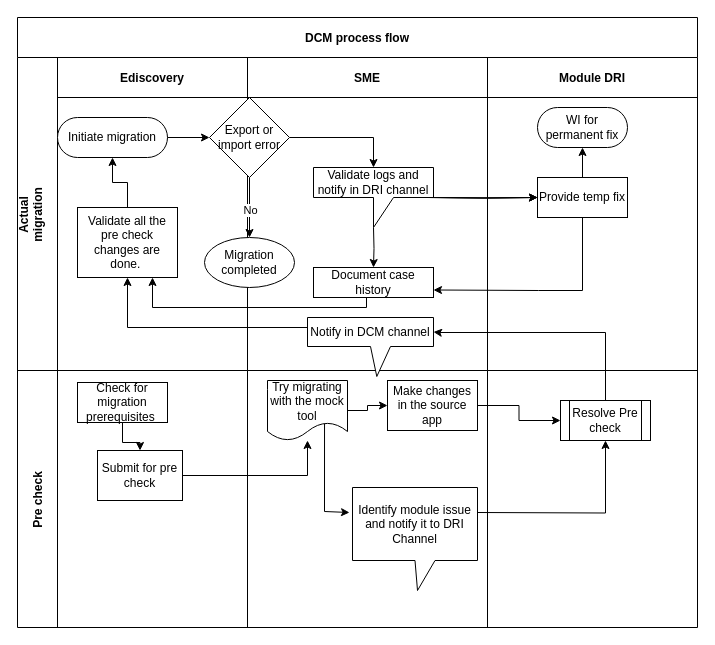
vincha90/vincha90 keeps this draw.io diagram as DCM flow notification.drawio. Above is the earlier version. Source tidied: cells renumbered, new cells numbered last; positions are measured from the earlier drawing's top-left corner, leaving out a move shared by most shapes. Both pictures are drawn from the tidied source at 100%, with x=0, y=0 at pixel (17, 17).
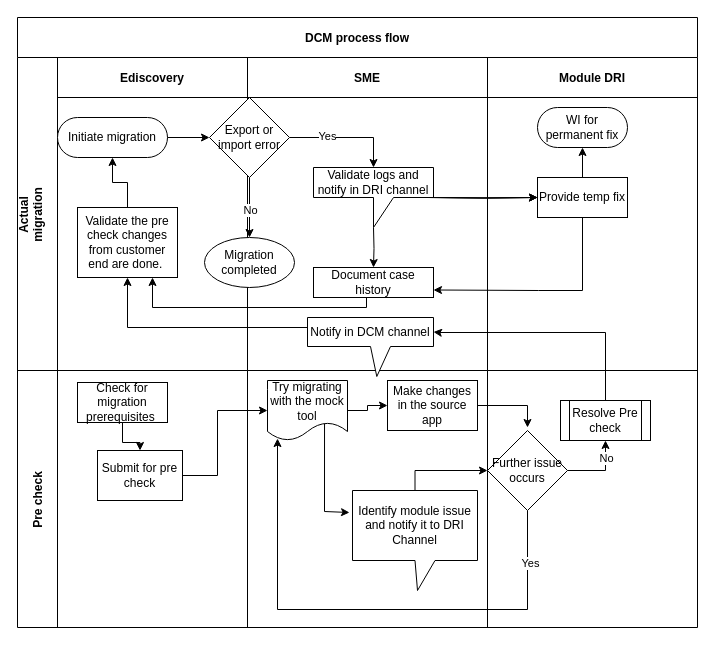
The same page after the edit.

The change refers to these unchanged cells:
```xml
<mxCell id="4" value="Ediscovery" style="swimlane;swimlaneHead=0;swimlaneBody=0;fillColor=none;startSize=40;fontStyle=1;" parent="3" vertex="1">
  <mxGeometry x="40" width="190" height="313" as="geometry" />
</mxCell>
<mxCell id="15" style="edgeStyle=orthogonalEdgeStyle;rounded=0;jettySize=auto;html=1;exitX=1;exitY=0.5;exitDx=0;exitDy=0;entryX=0.5;entryY=0;entryDx=0;entryDy=0;entryPerimeter=0;" parent="9" edge="1" source="16" target="18">
  <mxGeometry relative="1" as="geometry" />
</mxCell>
<mxCell id="29" value="Pre check" style="shape=tableRow;horizontal=0;swimlaneHead=0;swimlaneBody=0;top=0;left=0;bottom=0;right=0;fillColor=none;startSize=40;fontStyle=1;" parent="2" vertex="1">
  <mxGeometry y="353" width="680" height="257" as="geometry" />
</mxCell>
<mxCell id="33" value="Submit for pre check" style="whiteSpace=wrap;html=1;rounded=0;" parent="30" vertex="1">
  <mxGeometry x="40" y="80" width="85" height="50" as="geometry" />
</mxCell>
<mxCell id="34" style="swimlane;swimlaneHead=0;swimlaneBody=0;fillColor=none;startSize=0;fontStyle=1;" parent="29" vertex="1">
  <mxGeometry x="230" width="240" height="257" as="geometry" />
</mxCell>
<mxCell id="36" value="Make changes in the source app" style="rounded=0;whiteSpace=wrap;html=1;" parent="34" vertex="1">
  <mxGeometry x="140" y="10" width="90" height="50" as="geometry" />
</mxCell>
<mxCell id="39" value="Try migrating with the mock tool" style="shape=document;whiteSpace=wrap;html=1;boundedLbl=1;" parent="34" vertex="1">
  <mxGeometry x="20" y="10" width="80" height="60" as="geometry" />
</mxCell>
<mxCell id="40" value="Resolve Pre check" style="shape=process;whiteSpace=wrap;html=1;backgroundOutline=1;" parent="34" vertex="1">
  <mxGeometry x="313" y="30" width="90" height="40" as="geometry" />
</mxCell>
<mxCell id="43" style="swimlane;swimlaneHead=0;swimlaneBody=0;fillColor=none;startSize=0;fontStyle=1;" parent="29" vertex="1">
  <mxGeometry x="470" width="210" height="257" as="geometry" />
</mxCell>
```

Diff of the diagram source:
```diff
@@
-    <mxCell id="7" value="Validate all the pre check changes are done.&amp;nbsp;" style="rounded=0;whiteSpace=wrap;html=1;" parent="4" vertex="1">
+    <mxCell id="7" value="Validate the pre check changes from customer end are done.&amp;nbsp;" style="rounded=0;whiteSpace=wrap;html=1;" parent="4" vertex="1">
       <mxGeometry x="20" y="150" width="100" height="70" as="geometry" />
     </mxCell>
@@
+    <mxCell id="46" value="Yes" style="edgeLabel;html=1;align=center;verticalAlign=middle;" parent="15" vertex="1">
+      <mxGeometry x="-0.35" y="2" relative="1" as="geometry" />
+    </mxCell>
@@
-    <mxCell id="35" style="edgeStyle=orthogonalEdgeStyle;rounded=0;jettySize=auto;html=1;" parent="34" edge="1" source="36" target="40">
-      <mxGeometry relative="1" as="geometry" />
-    </mxCell>
+    <mxCell id="47" style="edgeStyle=orthogonalEdgeStyle;rounded=0;jettySize=auto;html=1;exitX=1;exitY=0.5;exitDx=0;exitDy=0;" parent="34" edge="1" source="36">
+      <mxGeometry relative="1" as="geometry">
+        <mxPoint x="280" y="57" as="targetPoint" />
+        <Array as="points">
+          <mxPoint x="280" y="35" />
+        </Array>
+      </mxGeometry>
+    </mxCell>
@@
-    <mxCell id="41" style="edgeStyle=orthogonalEdgeStyle;rounded=0;jettySize=auto;html=1;entryX=0.5;entryY=1;entryDx=0;entryDy=0;" parent="34" edge="1" target="40">
-      <mxGeometry relative="1" as="geometry">
-        <mxPoint x="230" y="142" as="sourcePoint" />
-      </mxGeometry>
-    </mxCell>
     <mxCell id="42" value="Identify module issue and notify it to DRI&lt;br&gt;Channel" style="shape=callout;whiteSpace=wrap;html=1;perimeter=calloutPerimeter;position2=0.52;" parent="34" vertex="1">
-      <mxGeometry x="105" y="117" width="125" height="103" as="geometry" />
+      <mxGeometry x="105" y="120" width="125" height="100" as="geometry" />
     </mxCell>
@@
+    <mxCell id="48" value="Further issue&lt;br&gt;occurs" style="rhombus;whiteSpace=wrap;html=1;" parent="43" vertex="1">
+      <mxGeometry y="60" width="80" height="80" as="geometry" />
+    </mxCell>
     <mxCell id="44" style="edgeStyle=orthogonalEdgeStyle;rounded=0;jettySize=auto;html=1;" parent="29" edge="1" source="33" target="39">
-      <mxGeometry relative="1" as="geometry" />
+      <mxGeometry relative="1" as="geometry">
+        <Array as="points">
+          <mxPoint x="200" y="105" />
+          <mxPoint x="200" y="40" />
+        </Array>
+      </mxGeometry>
     </mxCell>
+    <mxCell id="49" style="edgeStyle=orthogonalEdgeStyle;rounded=0;jettySize=auto;html=1;entryX=0;entryY=0.5;entryDx=0;entryDy=0;" parent="29" edge="1" source="42" target="48">
+      <mxGeometry relative="1" as="geometry">
+        <Array as="points">
+          <mxPoint x="398" y="100" />
+        </Array>
+      </mxGeometry>
+    </mxCell>
+    <mxCell id="50" style="edgeStyle=orthogonalEdgeStyle;rounded=0;jettySize=auto;html=1;exitX=0.5;exitY=1;exitDx=0;exitDy=0;entryX=0.125;entryY=0.967;entryDx=0;entryDy=0;entryPerimeter=0;" parent="29" edge="1" source="48" target="39">
+      <mxGeometry relative="1" as="geometry">
+        <Array as="points">
+          <mxPoint x="510" y="239" />
+          <mxPoint x="260" y="239" />
+        </Array>
+      </mxGeometry>
+    </mxCell>
+    <mxCell id="51" value="Yes" style="edgeLabel;html=1;align=center;verticalAlign=middle;" parent="50" vertex="1">
+      <mxGeometry x="-0.8" y="2" relative="1" as="geometry" />
+    </mxCell>
+    <mxCell id="52" style="edgeStyle=orthogonalEdgeStyle;rounded=0;jettySize=auto;html=1;exitX=1;exitY=0.5;exitDx=0;exitDy=0;entryX=0.5;entryY=1;entryDx=0;entryDy=0;" parent="29" edge="1" source="48" target="40">
+      <mxGeometry relative="1" as="geometry" />
+    </mxCell>
+    <mxCell id="53" value="No" style="edgeLabel;html=1;align=center;verticalAlign=middle;" parent="52" vertex="1">
+      <mxGeometry x="-0.18" y="-3" relative="1" as="geometry">
+        <mxPoint x="10" y="-16" as="offset" />
+      </mxGeometry>
+    </mxCell>
```
